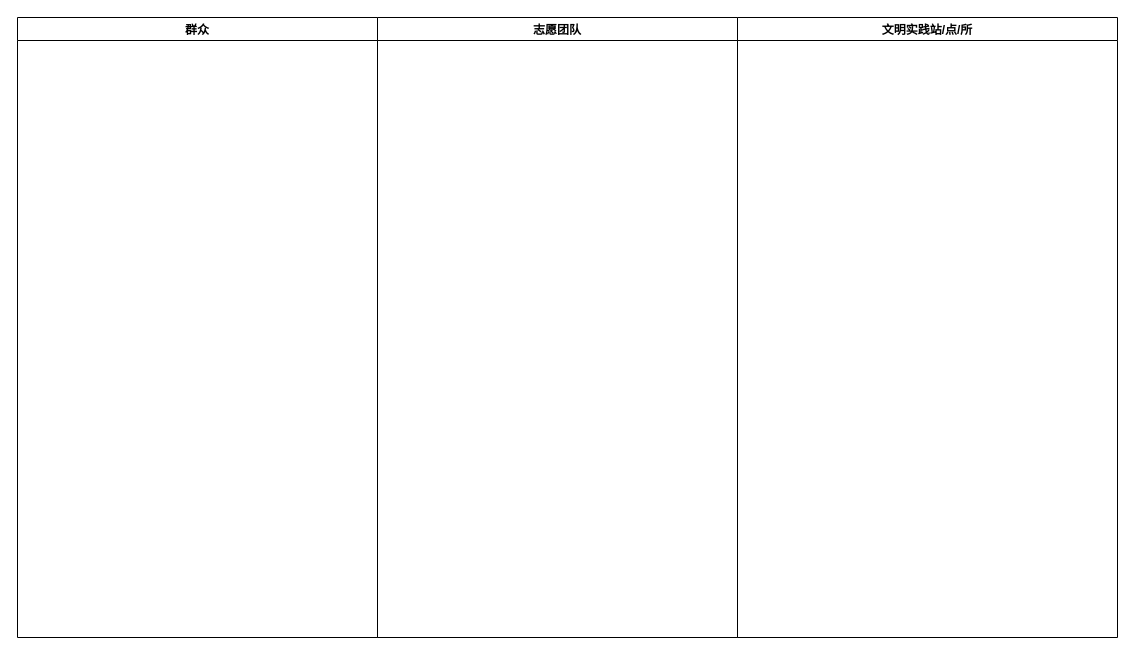
Earlier version of the draw.io diagram 文明实践-群众点单.drawio (KZ137onethe/hello-world). Source tidied: cells renumbered, new cells numbered last; positions are measured from the earlier drawing's top-left corner, leaving out a move shared by most shapes. Both pictures are drawn from the tidied source at 100%, with x=0, y=0 at pixel (17, 17).
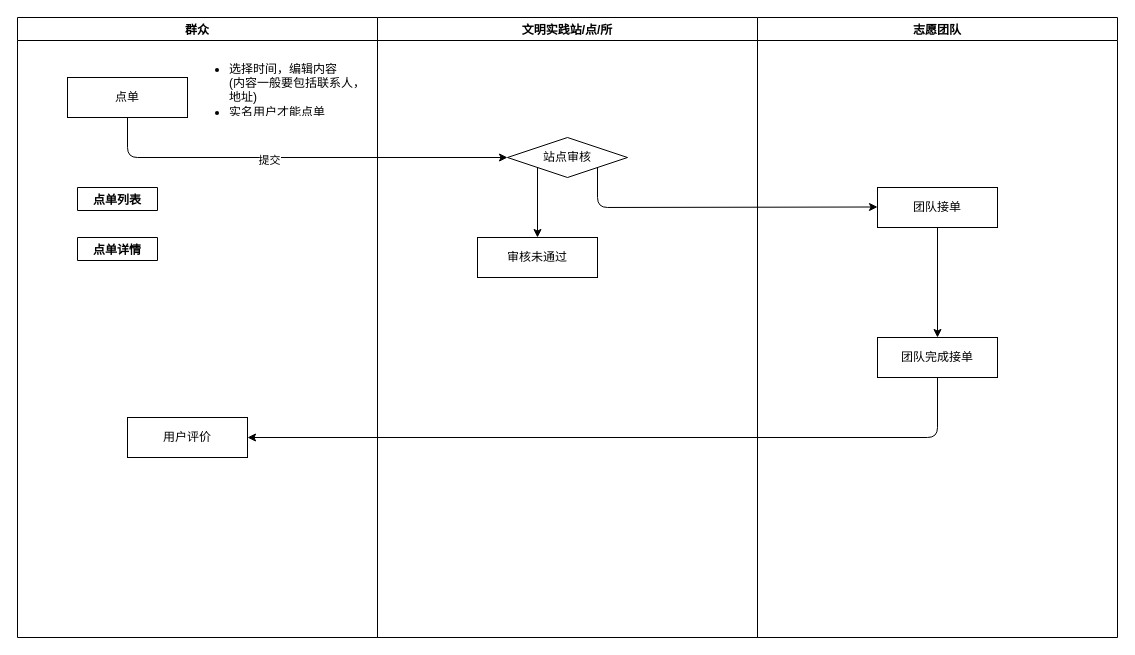
The same diagram, later.

Commit message (it also covers changes not shown here):
文明实践-群众点单.drawio

Unchanged cells that the change refers to:
```xml
<mxCell id="2" value="群众" style="swimlane;" parent="1" vertex="1">
  <mxGeometry width="360" height="620" as="geometry" />
</mxCell>
```

What changed in the source:
```diff
@@
+    <mxCell id="5" value="&lt;font color=&quot;#000000&quot;&gt;点单&lt;/font&gt;" style="whiteSpace=wrap;html=1;fontColor=#FF8000;" parent="2" vertex="1">
+      <mxGeometry x="50" y="60" width="120" height="40" as="geometry" />
+    </mxCell>
+    <mxCell id="6" value="&lt;ul&gt;&lt;li&gt;选择时间，编辑内容&lt;br&gt;(内容一般要包括联系人，地址)&lt;/li&gt;&lt;li&gt;实名用户才能点单&lt;/li&gt;&lt;/ul&gt;" style="text;strokeColor=none;fillColor=none;html=1;whiteSpace=wrap;verticalAlign=middle;overflow=hidden;fontColor=#000000;" parent="2" vertex="1">
+      <mxGeometry x="170" y="30" width="180" height="70" as="geometry" />
+    </mxCell>
+    <mxCell id="7" value="&lt;font color=&quot;#000000&quot;&gt;用户评价&lt;/font&gt;" style="whiteSpace=wrap;html=1;fontColor=#FF8000;" parent="2" vertex="1">
+      <mxGeometry x="110" y="400" width="120" height="40" as="geometry" />
+    </mxCell>
+    <mxCell id="8" value="点单列表" style="swimlane;fontColor=#000000;" parent="2" vertex="1" collapsed="1">
+      <mxGeometry x="60" y="170" width="80" height="23" as="geometry" />
+    </mxCell>
+    <mxCell id="9" value="点单详情" style="swimlane;fontColor=#000000;" parent="2" vertex="1" collapsed="1">
+      <mxGeometry x="60" y="220" width="80" height="23" as="geometry" />
+    </mxCell>
     <mxCell id="3" value="志愿团队" style="swimlane;" parent="1" vertex="1">
-      <mxGeometry x="360" width="360" height="620" as="geometry" />
+      <mxGeometry x="740" width="360" height="620" as="geometry" />
     </mxCell>
+    <mxCell id="10" style="edgeStyle=orthogonalEdgeStyle;jettySize=auto;html=1;fontColor=#000000;" parent="3" edge="1" source="11" target="12">
+      <mxGeometry relative="1" as="geometry" />
+    </mxCell>
+    <mxCell id="11" value="&lt;font color=&quot;#000000&quot;&gt;团队接单&lt;/font&gt;" style="whiteSpace=wrap;html=1;fontColor=#FF8000;" parent="3" vertex="1">
+      <mxGeometry x="120" y="170" width="120" height="40" as="geometry" />
+    </mxCell>
+    <mxCell id="12" value="&lt;font color=&quot;#000000&quot;&gt;团队完成接单&lt;/font&gt;" style="whiteSpace=wrap;html=1;fontColor=#FF8000;" parent="3" vertex="1">
+      <mxGeometry x="120" y="320" width="120" height="40" as="geometry" />
+    </mxCell>
     <mxCell id="4" value="文明实践站/点/所" style="swimlane;" parent="1" vertex="1">
-      <mxGeometry x="720" width="380" height="620" as="geometry" />
+      <mxGeometry x="360" width="380" height="620" as="geometry" />
     </mxCell>
+    <mxCell id="13" style="endArrow=classic;html=1;fontColor=#000000;exitX=1;exitY=1;exitDx=0;exitDy=0;" parent="4" edge="1" source="14">
+      <mxGeometry relative="1" as="geometry">
+        <mxPoint x="500" y="189.5" as="targetPoint" />
+        <Array as="points">
+          <mxPoint x="220" y="190" />
+        </Array>
+      </mxGeometry>
+    </mxCell>
+    <mxCell id="14" value="站点审核" style="rhombus;whiteSpace=wrap;html=1;fontColor=#000000;" parent="4" vertex="1">
+      <mxGeometry x="130" y="120" width="120" height="40" as="geometry" />
+    </mxCell>
+    <mxCell id="15" value="审核未通过" style="whiteSpace=wrap;html=1;fontColor=#000000;" parent="4" vertex="1">
+      <mxGeometry x="100" y="220" width="120" height="40" as="geometry" />
+    </mxCell>
+    <mxCell id="16" style="endArrow=classic;html=1;fontColor=#000000;exitX=0.5;exitY=1;exitDx=0;exitDy=0;entryX=0;entryY=0.5;entryDx=0;entryDy=0;" parent="1" edge="1" source="5">
+      <mxGeometry relative="1" as="geometry">
+        <mxPoint x="490" y="140" as="targetPoint" />
+        <Array as="points">
+          <mxPoint x="110" y="140" />
+        </Array>
+      </mxGeometry>
+    </mxCell>
+    <mxCell id="17" value="提交" style="edgeLabel;html=1;align=center;verticalAlign=middle;fontColor=#000000;" parent="16" vertex="1">
+      <mxGeometry x="-0.14" y="-2" relative="1" as="geometry" />
+    </mxCell>
+    <mxCell id="18" style="endArrow=classic;html=1;fontColor=#000000;exitX=0;exitY=1;exitDx=0;exitDy=0;" parent="1" edge="1" source="14">
+      <mxGeometry relative="1" as="geometry">
+        <mxPoint x="520" y="220" as="targetPoint" />
+      </mxGeometry>
+    </mxCell>
+    <mxCell id="19" style="endArrow=classic;html=1;fontColor=#000000;exitX=0.5;exitY=1;exitDx=0;exitDy=0;entryX=1;entryY=0.5;entryDx=0;entryDy=0;" parent="1" edge="1" source="12" target="7">
+      <mxGeometry relative="1" as="geometry">
+        <Array as="points">
+          <mxPoint x="920" y="420" />
+        </Array>
+      </mxGeometry>
+    </mxCell>
```
